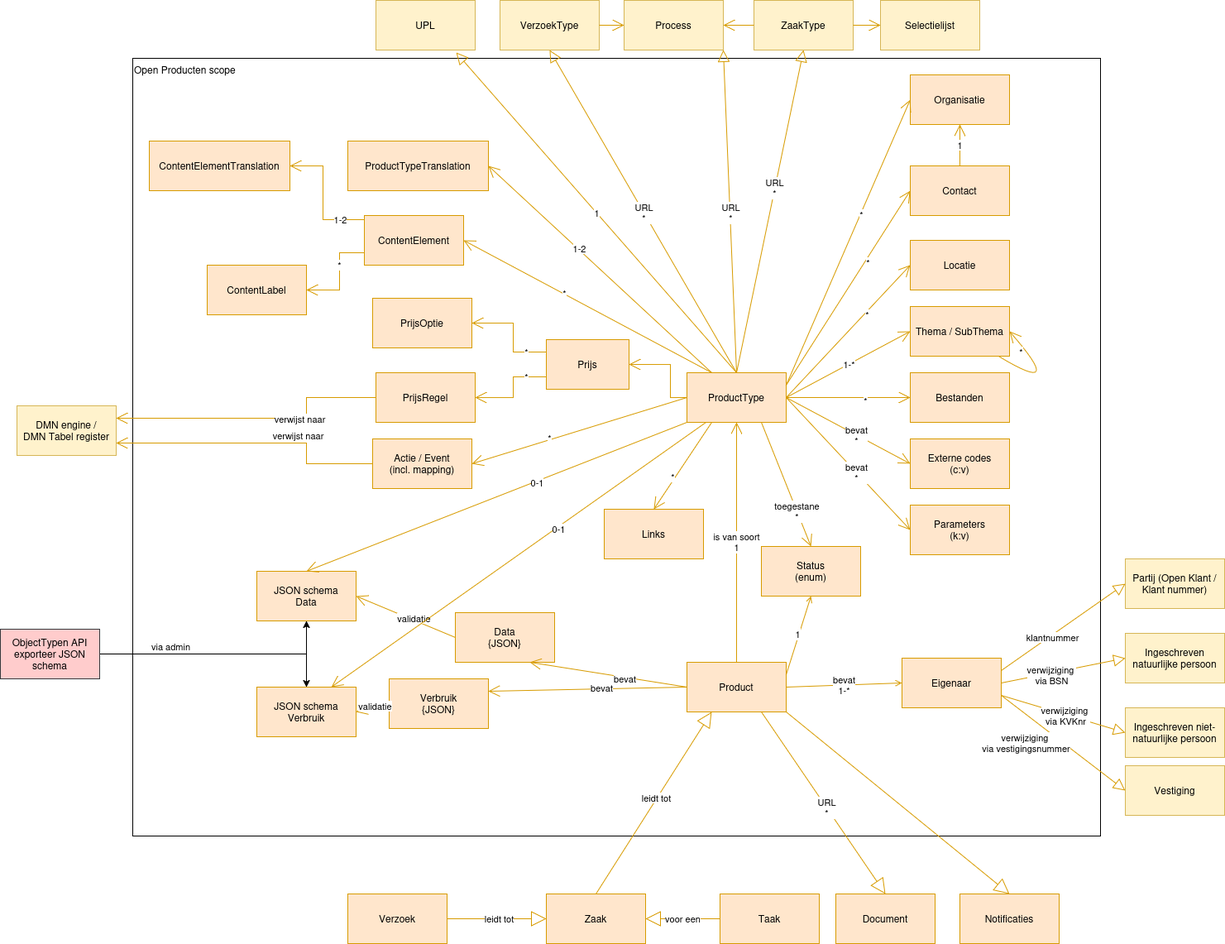
The draw.io diagram docs/introduction/assets/open-product-informatiemodel-diagram.png in maykinmedia/open-product, before a commit. Source tidied: cells renumbered, new cells last; positions are measured from the earlier drawing's top-left corner, leaving out a move shared by most shapes.
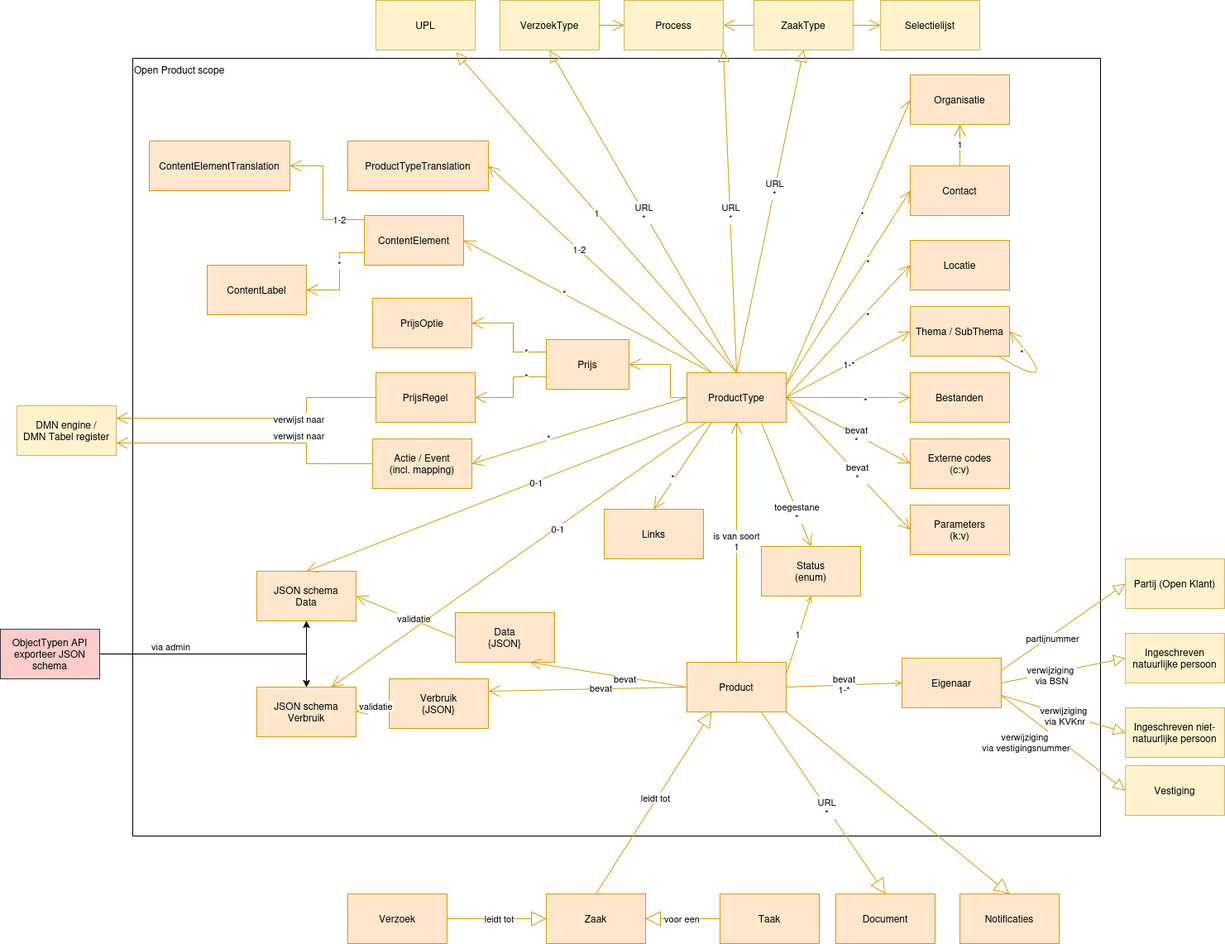
After the commit.

Change to the diagram source:
```diff
@@ -2,7 +2,7 @@
   <root>
     <mxCell id="0" />
     <mxCell id="1" parent="0" />
-    <mxCell id="2" value="Open Producten scope" style="rounded=0;whiteSpace=wrap;html=1;fillColor=none;align=left;verticalAlign=top;" parent="1" vertex="1">
+    <mxCell id="2" value="Open Product scope" style="rounded=0;whiteSpace=wrap;html=1;fillColor=none;align=left;verticalAlign=top;" parent="1" vertex="1">
       <mxGeometry x="160" y="70" width="1170" height="940" as="geometry" />
     </mxCell>
     <mxCell id="3" style="edgeStyle=orthogonalEdgeStyle;rounded=0;jettySize=auto;html=1;exitX=0;exitY=0.5;exitDx=0;exitDy=0;entryX=1;entryY=0.5;entryDx=0;entryDy=0;strokeColor=#d79b00;align=center;verticalAlign=middle;fontFamily=Helvetica;fontSize=11;fontColor=default;labelBackgroundColor=default;endArrow=open;endFill=1;endSize=12;fillColor=#ffe6cc;" parent="1" edge="1" source="4" target="90">
@@ -255,13 +255,13 @@
     <mxCell id="77" style="endArrow=block;endSize=16;endFill=0;html=1;rounded=0;entryX=0.5;entryY=0;entryDx=0;entryDy=0;fillColor=#ffe6cc;strokeColor=#d79b00;exitX=1;exitY=1;exitDx=0;exitDy=0;" parent="1" edge="1" source="5" target="35">
       <mxGeometry relative="1" as="geometry" />
     </mxCell>
-    <mxCell id="78" value="&lt;div&gt;Partij (Open Klant /&lt;/div&gt;&lt;div&gt;Klant nummer)&lt;br&gt;&lt;/div&gt;" style="rounded=0;whiteSpace=wrap;html=1;fillColor=#fff2cc;strokeColor=#d6b656;" parent="1" vertex="1">
+    <mxCell id="78" value="&lt;div&gt;Partij (Open Klant)&lt;br&gt;&lt;/div&gt;" style="rounded=0;whiteSpace=wrap;html=1;fillColor=#fff2cc;strokeColor=#d6b656;" parent="1" vertex="1">
       <mxGeometry x="1360" y="675" width="120" height="60" as="geometry" />
     </mxCell>
     <mxCell id="79" style="endArrow=block;endFill=0;endSize=12;html=1;rounded=0;fillColor=#ffe6cc;strokeColor=#d79b00;entryX=0;entryY=0.5;entryDx=0;entryDy=0;exitX=1;exitY=0.25;exitDx=0;exitDy=0;" parent="1" edge="1" source="14" target="78">
       <mxGeometry relative="1" as="geometry" />
     </mxCell>
-    <mxCell id="80" value="klantnummer" style="edgeLabel;html=1;align=center;verticalAlign=middle;" parent="79" vertex="1">
+    <mxCell id="80" value="partijnummer" style="edgeLabel;html=1;align=center;verticalAlign=middle;" parent="79" vertex="1">
       <mxGeometry x="-0.2" y="-2" relative="1" as="geometry" />
     </mxCell>
     <mxCell id="81" value="Vestiging" style="rounded=0;whiteSpace=wrap;html=1;fillColor=#fff2cc;strokeColor=#d6b656;" parent="1" vertex="1">
```
